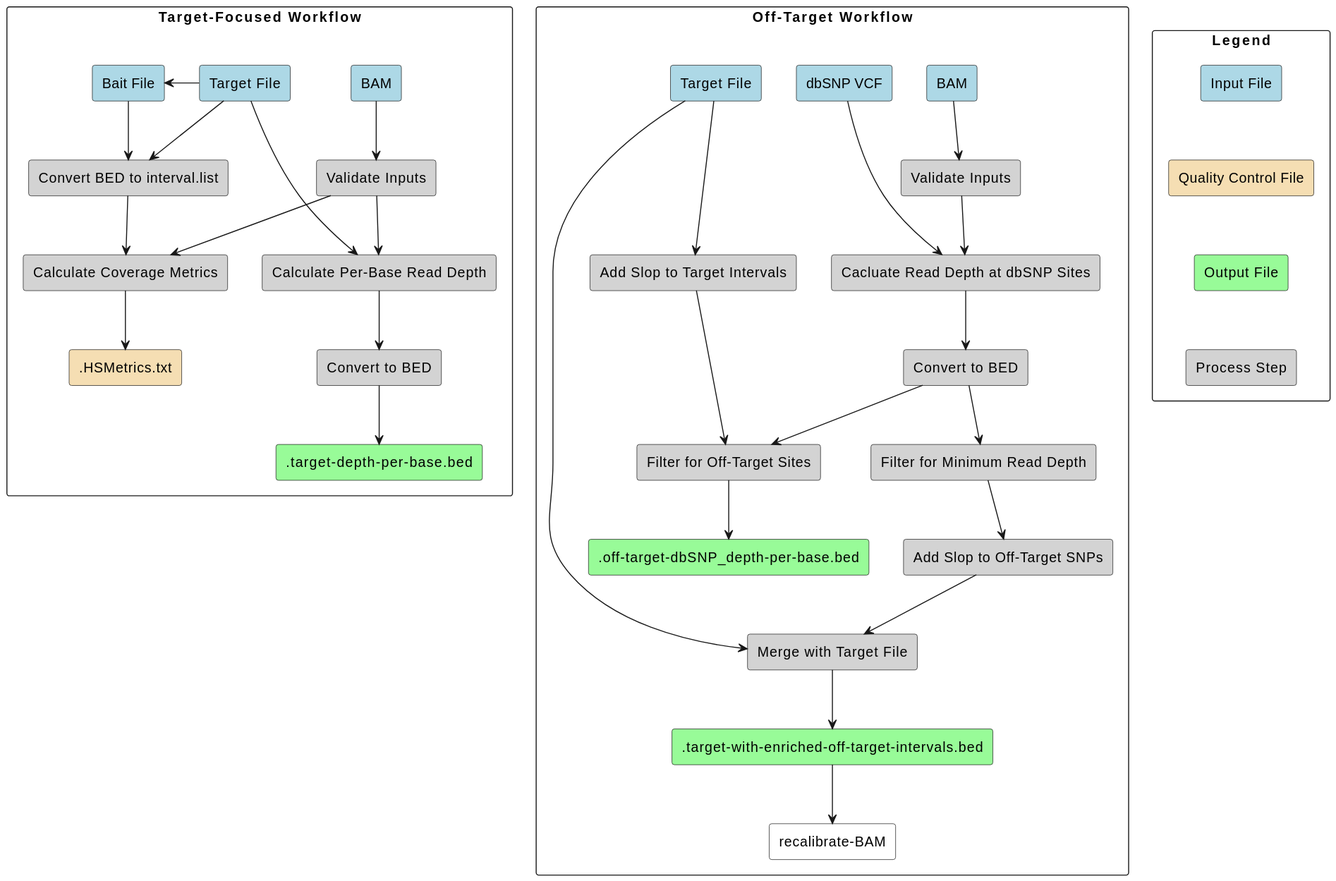
uclahs-cds/pipeline-calculate-targeted-coverage keeps this PlantUML diagram as development/calculate-targeted-coverage-flow.svg. Above is the earlier version.
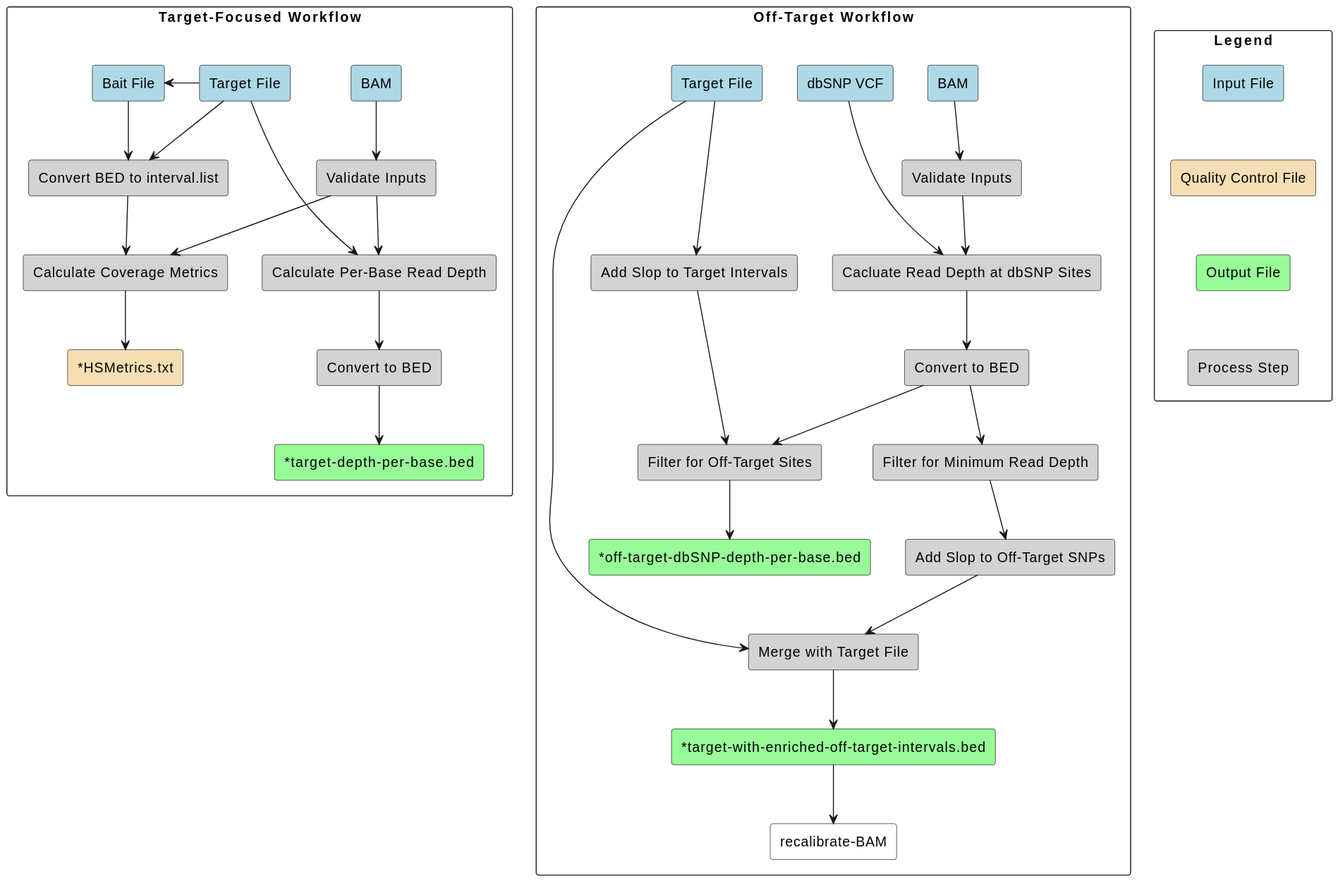
After the commit.

Change to the diagram source:
```diff
@@ -21,8 +21,8 @@
     rectangle "Convert BED to interval.list" as ConvBEDtoIntervalList <<ProcessStep>>
     rectangle "Convert to BED" as ConvtoBED1 <<ProcessStep>>
     rectangle "Calculate Coverage Metrics" as CalcCovMetrics <<ProcessStep>>
-    rectangle ".target-depth-per-base.bed" as TargetReadDepthBED <<OutputFile>>
-    rectangle ".HSMetrics.txt" as HSMetrics <<QCFile>>
+    rectangle "~*target-depth-per-base.bed" as TargetReadDepthBED <<OutputFile>>
+    rectangle "~*HSMetrics.txt" as HSMetrics <<QCFile>>
 }
 
 
@@ -41,8 +41,8 @@
     rectangle "Merge with Target File" as MergeWithTarget <<ProcessStep>>
     rectangle "Add Slop to Target Intervals" as AddSlopTarget <<ProcessStep>>
 
-    rectangle ".target-with-enriched-off-target-intervals.bed" as TargetPlusOffTargetReadDepthBED <<OutputFile>>
-    rectangle ".off-target-dbSNP_depth-per-base.bed" as OffTargetReadDepth <<OutputFile>>
+    rectangle "~*target-with-enriched-off-target-intervals.bed" as TargetPlusOffTargetReadDepthBED <<OutputFile>>
+    rectangle "~*off-target-dbSNP-depth-per-base.bed" as OffTargetReadDepth <<OutputFile>>
 
     rectangle "recalibrate-BAM" as RecalBAM #White
 }
```
